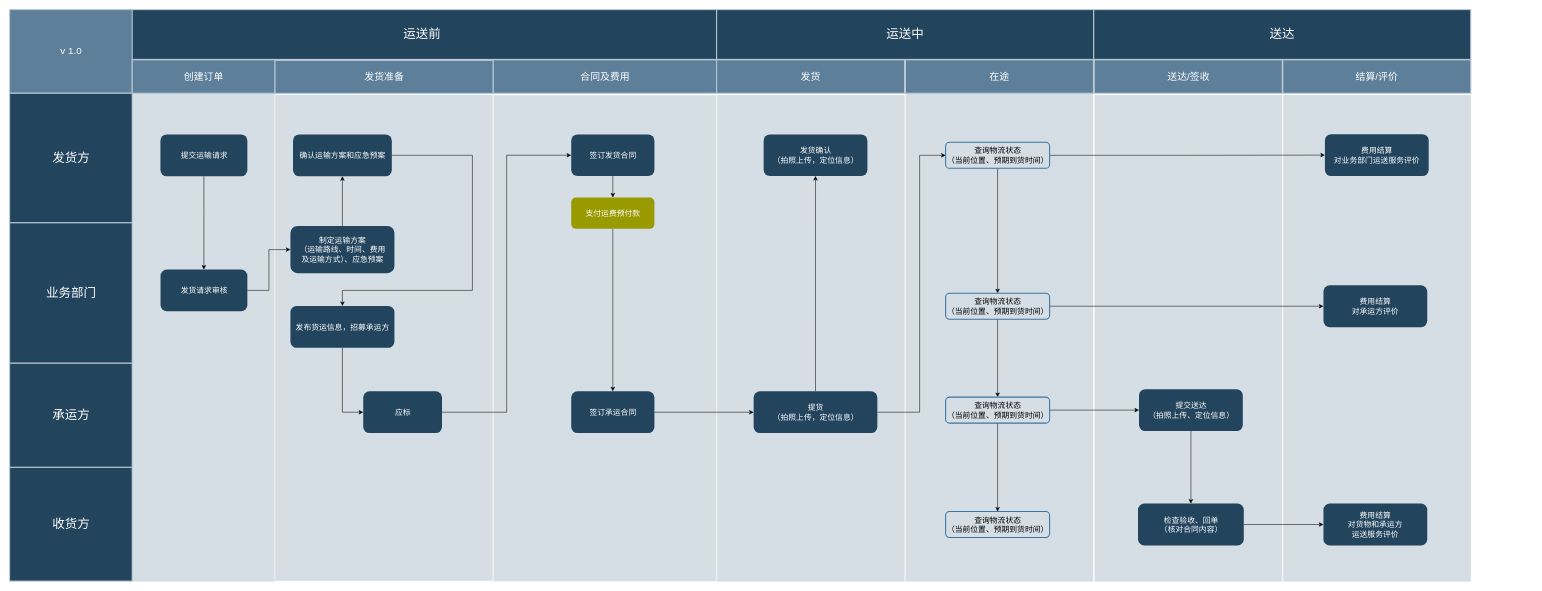
Above: draw/KunShan_HuaZhongBao/Untitled Diagram.drawio in hainayun/nanjing_dev (draw.io), before the change. Source tidied: cells renumbered, new cells numbered last; positions are measured from the earlier drawing's top-left corner, leaving out a move shared by most shapes. Both pictures are drawn from the tidied source at 52%, with x=0, y=0 at pixel (9, 9).
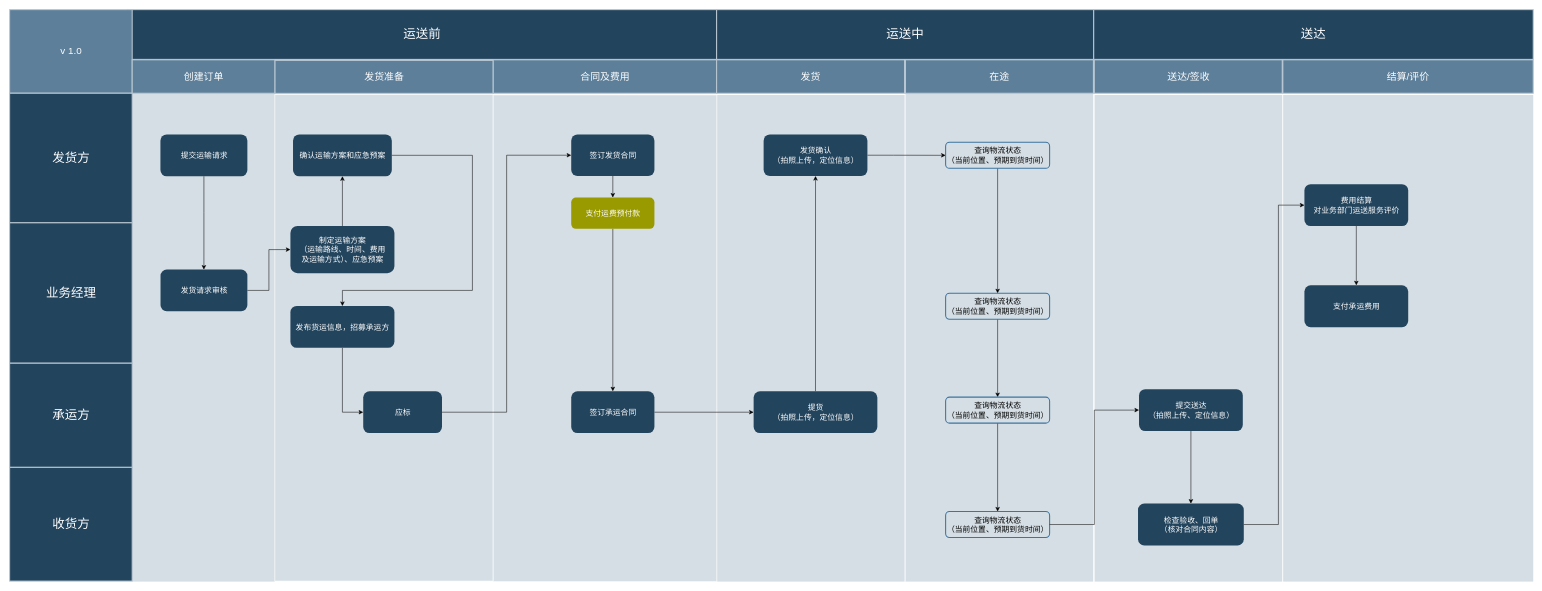
The same diagram, later.

Commit message:
优化流程节点

Unchanged cells that the change refers to:
```xml
<mxCell id="25" value="&lt;font color=&quot;#ffffff&quot;&gt;&lt;span style=&quot;font-size: 15px&quot;&gt;提货&lt;br&gt;（拍照上传，定位信息）&lt;br&gt;&lt;/span&gt;&lt;/font&gt;" style="rounded=1;fillColor=#23445D;strokeColor=none;strokeWidth=2;fontFamily=Helvetica;html=1;gradientColor=none;" parent="1" vertex="1">
  <mxGeometry x="1430.8" y="734" width="237.9" height="80.4" as="geometry" />
</mxCell>
<mxCell id="26" value="&lt;span style=&quot;color: rgb(255 , 255 , 255) ; font-size: 15px&quot;&gt;发货确认&lt;/span&gt;&lt;br style=&quot;color: rgb(255 , 255 , 255) ; font-size: 15px&quot;&gt;&lt;span style=&quot;color: rgb(255 , 255 , 255) ; font-size: 15px&quot;&gt;（拍照上传，定位信息）&lt;/span&gt;&lt;font color=&quot;#ffffff&quot;&gt;&lt;span style=&quot;font-size: 15px&quot;&gt;&lt;br&gt;&lt;/span&gt;&lt;/font&gt;" style="rounded=1;fillColor=#23445D;strokeColor=none;strokeWidth=2;fontFamily=Helvetica;html=1;gradientColor=none;" parent="1" vertex="1">
  <mxGeometry x="1450" y="240" width="199.6" height="80" as="geometry" />
</mxCell>
<mxCell id="29" value="&lt;font color=&quot;#ffffff&quot;&gt;&lt;span style=&quot;font-size: 15px&quot;&gt;检查验收、回单&lt;br&gt;（核对合同内容）&lt;br&gt;&lt;/span&gt;&lt;/font&gt;" style="rounded=1;fillColor=#23445D;strokeColor=none;strokeWidth=2;fontFamily=Helvetica;html=1;gradientColor=none;" parent="1" vertex="1">
  <mxGeometry x="2170" y="950" width="203.4" height="80.4" as="geometry" />
</mxCell>
<mxCell id="38" value="&lt;font color=&quot;#ffffff&quot;&gt;&lt;span style=&quot;font-size: 15px&quot;&gt;提交送达&lt;br&gt;&lt;/span&gt;&lt;/font&gt;&lt;span style=&quot;color: rgb(255 , 255 , 255) ; font-size: 15px&quot;&gt;（拍照上传、定位信息）&lt;/span&gt;&lt;font color=&quot;#ffffff&quot;&gt;&lt;span style=&quot;font-size: 15px&quot;&gt;&lt;br&gt;&lt;/span&gt;&lt;/font&gt;" style="rounded=1;fillColor=#23445D;strokeColor=none;strokeWidth=2;fontFamily=Helvetica;html=1;gradientColor=none;" parent="1" vertex="1">
  <mxGeometry x="2171.9" y="730" width="199.6" height="80.4" as="geometry" />
</mxCell>
<mxCell id="56" value="&lt;span style=&quot;font-size: 15px&quot;&gt;查询物流状态&lt;br&gt;（当前位置、预期到货时间）&lt;br&gt;&lt;/span&gt;" style="rounded=1;fillColor=none;strokeWidth=2;fontFamily=Helvetica;html=1;gradientColor=none;shadow=0;strokeColor=#3D74A1;" parent="1" vertex="1">
  <mxGeometry x="1800" y="255.2" width="200" height="50" as="geometry" />
</mxCell>
<mxCell id="57" value="&lt;span style=&quot;font-size: 15px&quot;&gt;查询物流状态&lt;br&gt;（当前位置、预期到货时间）&lt;br&gt;&lt;/span&gt;" style="rounded=1;fillColor=none;strokeWidth=2;fontFamily=Helvetica;html=1;gradientColor=none;shadow=0;strokeColor=#3D74A1;" parent="1" vertex="1">
  <mxGeometry x="1800" y="965.2" width="200" height="50" as="geometry" />
</mxCell>
<mxCell id="59" value="&lt;span style=&quot;font-size: 15px&quot;&gt;查询物流状态&lt;br&gt;（当前位置、预期到货时间）&lt;br&gt;&lt;/span&gt;" style="rounded=1;fillColor=none;strokeWidth=2;fontFamily=Helvetica;html=1;gradientColor=none;shadow=0;strokeColor=#3D74A1;" parent="1" vertex="1">
  <mxGeometry x="1800" y="545.4" width="200" height="50" as="geometry" />
</mxCell>
<mxCell id="62" value="&lt;span style=&quot;font-size: 15px&quot;&gt;查询物流状态&lt;br&gt;（当前位置、预期到货时间）&lt;br&gt;&lt;/span&gt;" style="rounded=1;fillColor=none;strokeWidth=2;fontFamily=Helvetica;html=1;gradientColor=none;shadow=0;strokeColor=#3D74A1;" parent="1" vertex="1">
  <mxGeometry x="1800" y="745.2" width="200" height="50" as="geometry" />
</mxCell>
```

Change to the diagram source:
```diff
@@
     <mxCell id="3" style="fillColor=#BAC8D3;fontSize=18;strokeWidth=2;fontFamily=Helvetica;html=1;opacity=60;strokeColor=none;" parent="1" vertex="1">
-      <mxGeometry x="2449.1" y="164.1" width="360.9" height="935.9" as="geometry" />
+      <mxGeometry x="2449.1" y="164.1" width="480.9" height="935.9" as="geometry" />
     </mxCell>
@@
-    <mxCell id="15" value="业务部门" style="strokeColor=#BAC8D3;fillColor=#23445D;fontSize=24;strokeWidth=2;horizontal=1;fontFamily=Helvetica;html=1;fontColor=#FFFFFF;fontStyle=0;" parent="1" vertex="1">
+    <mxCell id="15" value="业务经理" style="strokeColor=#BAC8D3;fillColor=#23445D;fontSize=24;strokeWidth=2;horizontal=1;fontFamily=Helvetica;html=1;fontColor=#FFFFFF;fontStyle=0;" parent="1" vertex="1">
       <mxGeometry y="410" width="235.7" height="270" as="geometry" />
     </mxCell>
@@
-    <mxCell id="24" style="edgeStyle=orthogonalEdgeStyle;rounded=0;jettySize=auto;html=1;entryX=0;entryY=0.5;entryDx=0;entryDy=0;exitX=1;exitY=0.5;exitDx=0;exitDy=0;" parent="1" edge="1" source="25" target="56">
+    <mxCell id="24" style="edgeStyle=orthogonalEdgeStyle;rounded=0;jettySize=auto;html=1;entryX=0;entryY=0.5;entryDx=0;entryDy=0;" parent="1" edge="1" source="26" target="56">
       <mxGeometry relative="1" as="geometry">
         <Array as="points">
-          <mxPoint x="1750" y="774" />
-          <mxPoint x="1750" y="280" />
+          <mxPoint x="1700" y="280" />
+          <mxPoint x="1700" y="280" />
         </Array>
       </mxGeometry>
     </mxCell>
@@
     <mxCell id="31" value="送达" style="strokeColor=#BAC8D3;fillColor=#23445D;fontSize=24;strokeWidth=2;fontFamily=Helvetica;html=1;fontColor=#FFFFFF;fontStyle=0;spacingBottom=0;spacingRight=0;spacingLeft=0;align=center;" parent="1" vertex="1">
-      <mxGeometry x="2084.8" width="725.1" height="95.7" as="geometry" />
+      <mxGeometry x="2084.8" width="845.2" height="95.7" as="geometry" />
     </mxCell>
     <mxCell id="32" value="结算/评价" style="strokeColor=#BAC8D3;fillColor=#5d7f99;fontSize=19;strokeWidth=2;fontFamily=Helvetica;html=1;labelBackgroundColor=none;fontColor=#FFFFFF;" parent="1" vertex="1">
-      <mxGeometry x="2448.5" y="96.5" width="361.5" height="64.3" as="geometry" />
+      <mxGeometry x="2448.5" y="96.5" width="481.5" height="64.3" as="geometry" />
     </mxCell>
-    <mxCell id="33" value="&lt;font color=&quot;#ffffff&quot;&gt;&lt;span style=&quot;font-size: 15px&quot;&gt;费用结算&lt;br&gt;对货物和承运方&lt;br&gt;运送服务评价&lt;br&gt;&lt;/span&gt;&lt;/font&gt;" style="rounded=1;fillColor=#23445D;strokeColor=none;strokeWidth=2;fontFamily=Helvetica;html=1;gradientColor=none;" parent="1" vertex="1">
-      <mxGeometry x="2526.6" y="950" width="199.6" height="80.4" as="geometry" />
-    </mxCell>
-    <mxCell id="34" style="edgeStyle=orthogonalEdgeStyle;rounded=0;jettySize=auto;html=1;entryX=0;entryY=0.5;entryDx=0;entryDy=0;" parent="1" edge="1" source="29" target="33">
-      <mxGeometry x="20" y="952.9" as="geometry" />
+    <mxCell id="34" style="edgeStyle=orthogonalEdgeStyle;rounded=0;jettySize=auto;html=1;" parent="1" edge="1" source="29" target="35">
+      <mxGeometry x="20" y="952.9" as="geometry">
+        <Array as="points">
+          <mxPoint x="2440" y="990" />
+          <mxPoint x="2440" y="376" />
+        </Array>
+      </mxGeometry>
     </mxCell>
+    <mxCell id="63" style="edgeStyle=orthogonalEdgeStyle;rounded=0;jettySize=auto;html=1;exitX=0.5;exitY=1;exitDx=0;exitDy=0;" parent="1" edge="1" source="35" target="36">
+      <mxGeometry relative="1" as="geometry" />
+    </mxCell>
     <mxCell id="35" value="&lt;font color=&quot;#ffffff&quot;&gt;&lt;span style=&quot;font-size: 15px&quot;&gt;费用结算&lt;br&gt;对业务部门运送服务评价&lt;br&gt;&lt;/span&gt;&lt;/font&gt;" style="rounded=1;fillColor=#23445D;strokeColor=none;strokeWidth=2;fontFamily=Helvetica;html=1;gradientColor=none;" parent="1" vertex="1">
-      <mxGeometry x="2529.4" y="239.6" width="199.6" height="80.4" as="geometry" />
+      <mxGeometry x="2490" y="335.7" width="199.6" height="80.4" as="geometry" />
     </mxCell>
-    <mxCell id="36" value="&lt;font color=&quot;#ffffff&quot;&gt;&lt;span style=&quot;font-size: 15px&quot;&gt;费用结算&lt;br&gt;对承运方评价&lt;br&gt;&lt;/span&gt;&lt;/font&gt;" style="rounded=1;fillColor=#23445D;strokeColor=none;strokeWidth=2;fontFamily=Helvetica;html=1;gradientColor=none;" parent="1" vertex="1">
-      <mxGeometry x="2526.6" y="530.2" width="199.6" height="80.4" as="geometry" />
+    <mxCell id="36" value="&lt;font color=&quot;#ffffff&quot;&gt;&lt;span style=&quot;font-size: 15px&quot;&gt;支付承运费用&lt;br&gt;&lt;/span&gt;&lt;/font&gt;" style="rounded=1;fillColor=#23445D;strokeColor=none;strokeWidth=2;fontFamily=Helvetica;html=1;gradientColor=none;" parent="1" vertex="1">
+      <mxGeometry x="2490" y="530.2" width="199.6" height="80.4" as="geometry" />
     </mxCell>
@@
-    <mxCell id="43" style="edgeStyle=orthogonalEdgeStyle;rounded=0;jettySize=auto;html=1;" parent="1" edge="1" source="59" target="36">
-      <mxGeometry x="20" y="952.9" as="geometry">
-        <Array as="points">
-          <mxPoint x="2390" y="570" />
-          <mxPoint x="2390" y="570" />
-        </Array>
-      </mxGeometry>
-    </mxCell>
@@
-    <mxCell id="55" style="edgeStyle=orthogonalEdgeStyle;rounded=0;jettySize=auto;html=1;" parent="1" edge="1" source="56" target="35">
-      <mxGeometry relative="1" as="geometry" />
-    </mxCell>
@@
-    <mxCell id="61" style="edgeStyle=orthogonalEdgeStyle;rounded=0;jettySize=auto;html=1;entryX=0;entryY=0.5;entryDx=0;entryDy=0;" parent="1" edge="1" source="62" target="38">
+    <mxCell id="61" style="edgeStyle=orthogonalEdgeStyle;rounded=0;jettySize=auto;html=1;entryX=0;entryY=0.5;entryDx=0;entryDy=0;" parent="1" edge="1" source="57" target="38">
       <mxGeometry relative="1" as="geometry" />
     </mxCell>
```
